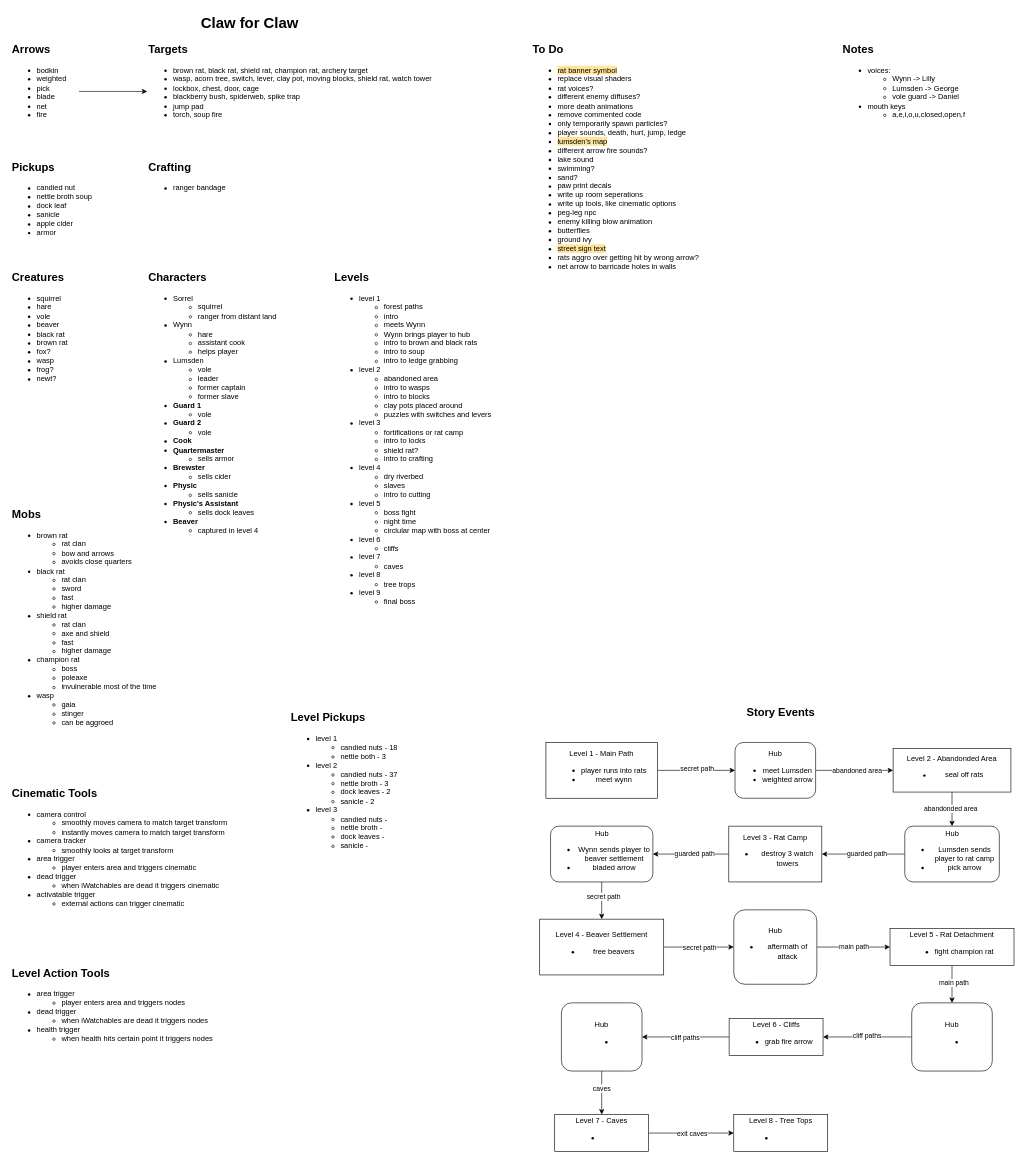
This is Planning/design-doc.drawio from camerondedore/Godot-Project-3, a draw.io file, before an edit. Source tidied: cells renumbered, new cells numbered last; positions are measured from the earlier drawing's top-left corner, leaving out a move shared by most shapes. Both pictures are drawn from the tidied source at 62%, with x=0, y=0 at pixel (11, 11).
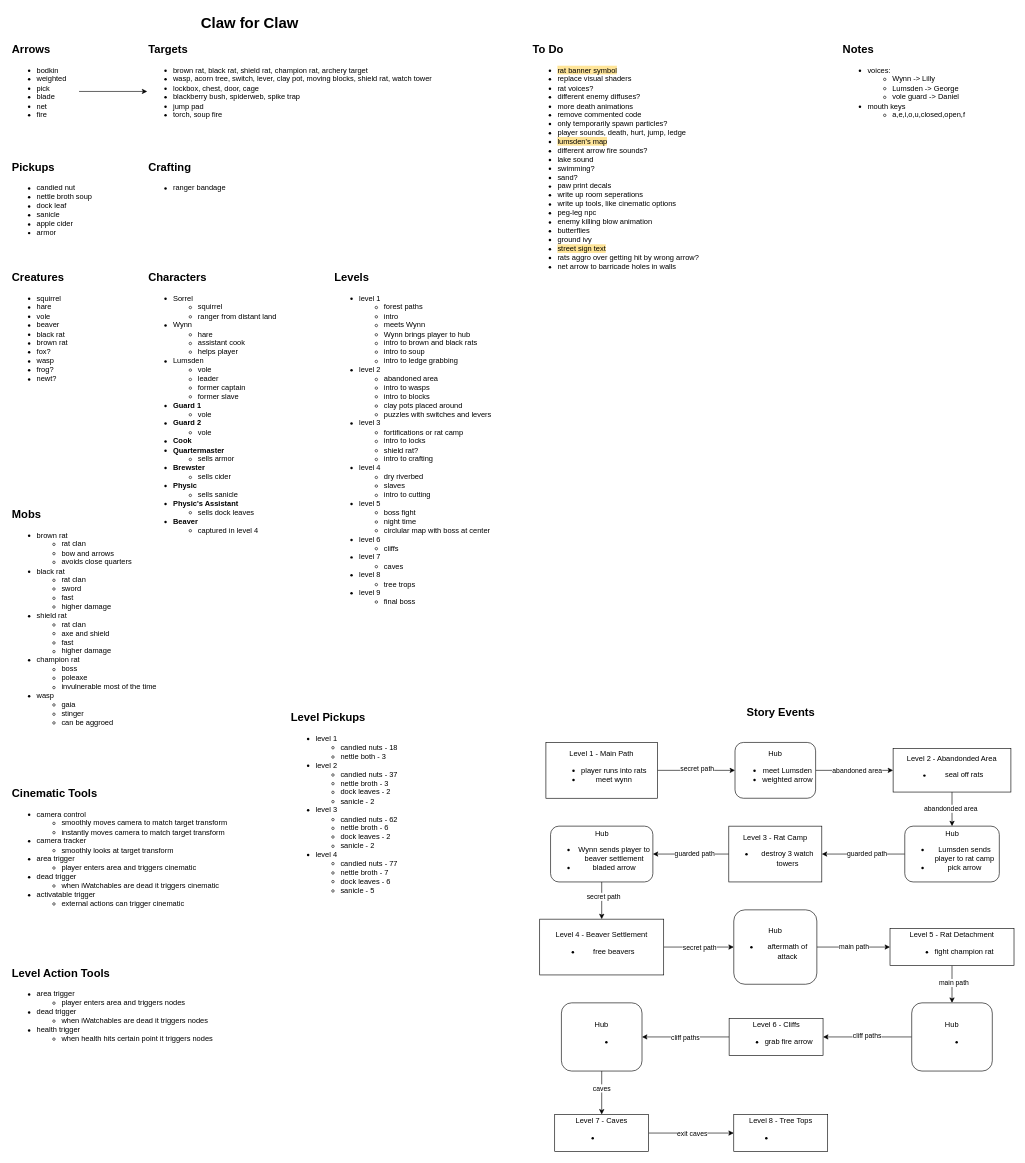
The same page after the edit.

The edit, as a diff of the source:
```diff
@@
-    <mxCell id="70" value="&lt;ul&gt;&lt;li&gt;level 1&lt;/li&gt;&lt;ul&gt;&lt;li&gt;candied nuts - 18&lt;/li&gt;&lt;li&gt;nettle both - 3&lt;/li&gt;&lt;/ul&gt;&lt;li&gt;level 2&lt;/li&gt;&lt;ul&gt;&lt;li&gt;candied nuts - 37&lt;/li&gt;&lt;li&gt;nettle broth - 3&lt;/li&gt;&lt;li&gt;dock leaves - 2&lt;/li&gt;&lt;li&gt;sanicle - 2&lt;/li&gt;&lt;/ul&gt;&lt;li&gt;level 3&lt;/li&gt;&lt;ul&gt;&lt;li&gt;candied nuts -&amp;nbsp;&lt;/li&gt;&lt;li&gt;nettle broth -&amp;nbsp;&lt;/li&gt;&lt;li&gt;dock leaves -&amp;nbsp;&lt;/li&gt;&lt;li&gt;sanicle -&amp;nbsp;&lt;/li&gt;&lt;/ul&gt;&lt;/ul&gt;" style="text;html=1;align=left;verticalAlign=top;whiteSpace=wrap;rounded=0;" parent="1" vertex="1">
+    <mxCell id="70" value="&lt;ul&gt;&lt;li&gt;level 1&lt;/li&gt;&lt;ul&gt;&lt;li&gt;candied nuts - 18&lt;/li&gt;&lt;li&gt;nettle both - 3&lt;/li&gt;&lt;/ul&gt;&lt;li&gt;level 2&lt;/li&gt;&lt;ul&gt;&lt;li&gt;candied nuts - 37&lt;/li&gt;&lt;li&gt;nettle broth - 3&lt;/li&gt;&lt;li&gt;dock leaves - 2&lt;/li&gt;&lt;li&gt;sanicle - 2&lt;/li&gt;&lt;/ul&gt;&lt;li&gt;level 3&lt;/li&gt;&lt;ul&gt;&lt;li&gt;candied nuts - 62&lt;/li&gt;&lt;li&gt;nettle broth - 6&lt;/li&gt;&lt;li&gt;dock leaves - 2&lt;/li&gt;&lt;li&gt;sanicle - 2&lt;/li&gt;&lt;/ul&gt;&lt;li&gt;level 4&lt;/li&gt;&lt;ul&gt;&lt;li&gt;candied nuts - 77&lt;/li&gt;&lt;li&gt;nettle broth - 7&lt;/li&gt;&lt;li&gt;dock leaves - 6&lt;/li&gt;&lt;li&gt;sanicle - 5&lt;/li&gt;&lt;/ul&gt;&lt;/ul&gt;" style="text;html=1;align=left;verticalAlign=top;whiteSpace=wrap;rounded=0;" parent="1" vertex="1">
       <mxGeometry x="450" y="1148" width="280" height="562" as="geometry" />
     </mxCell>
```
